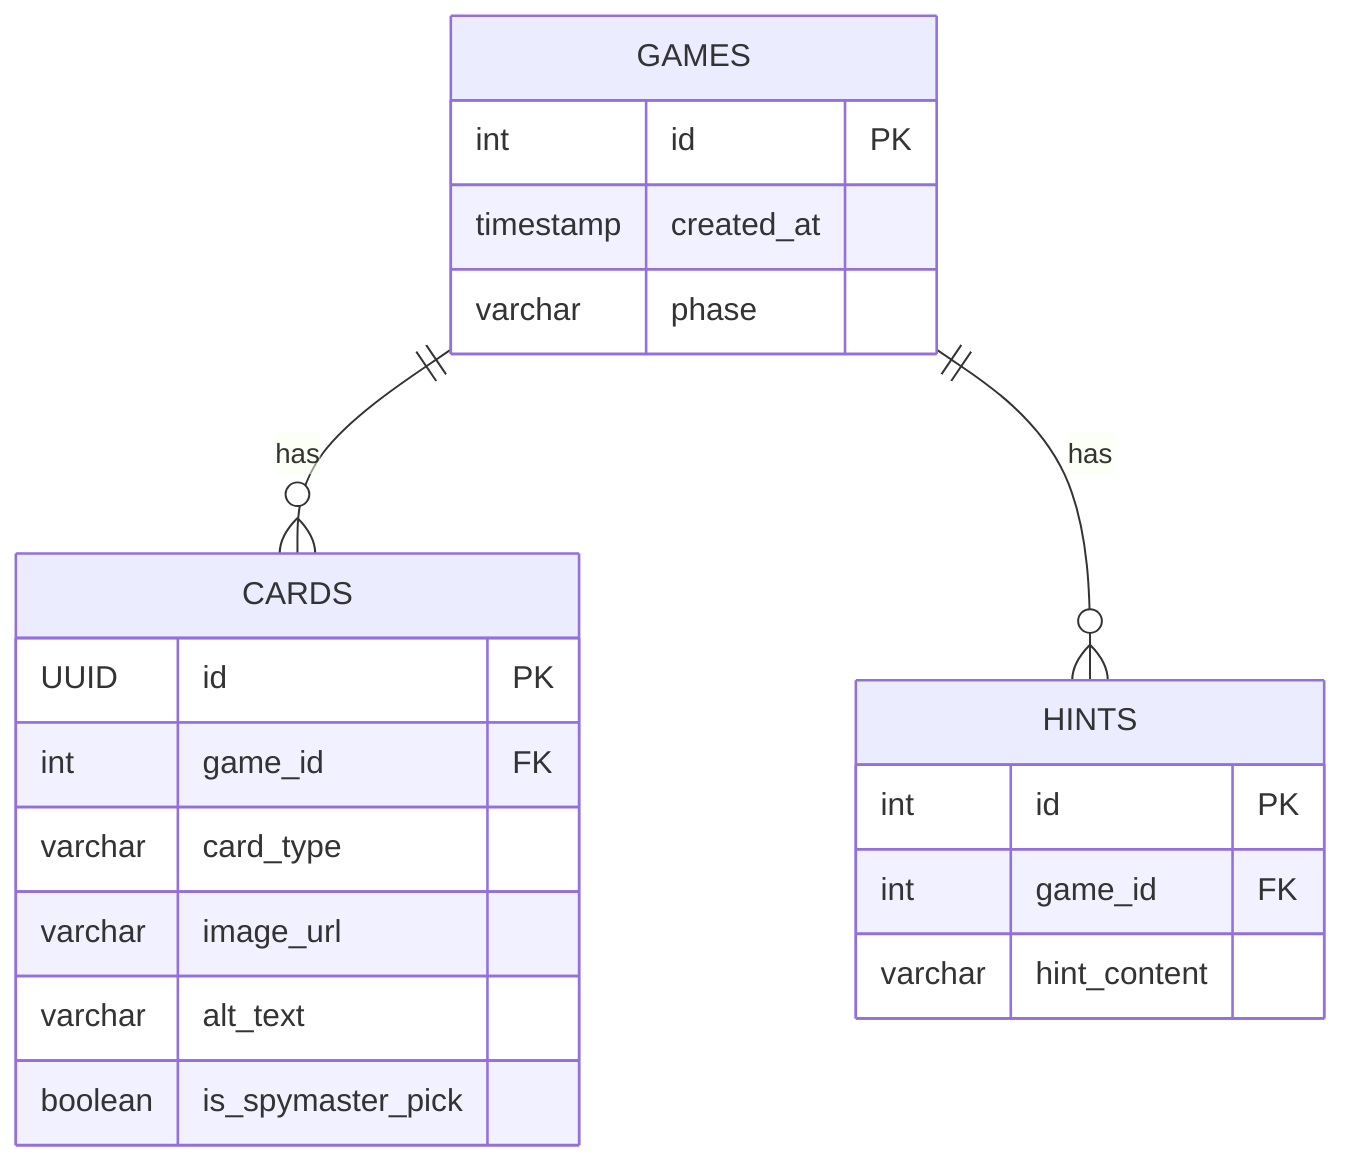
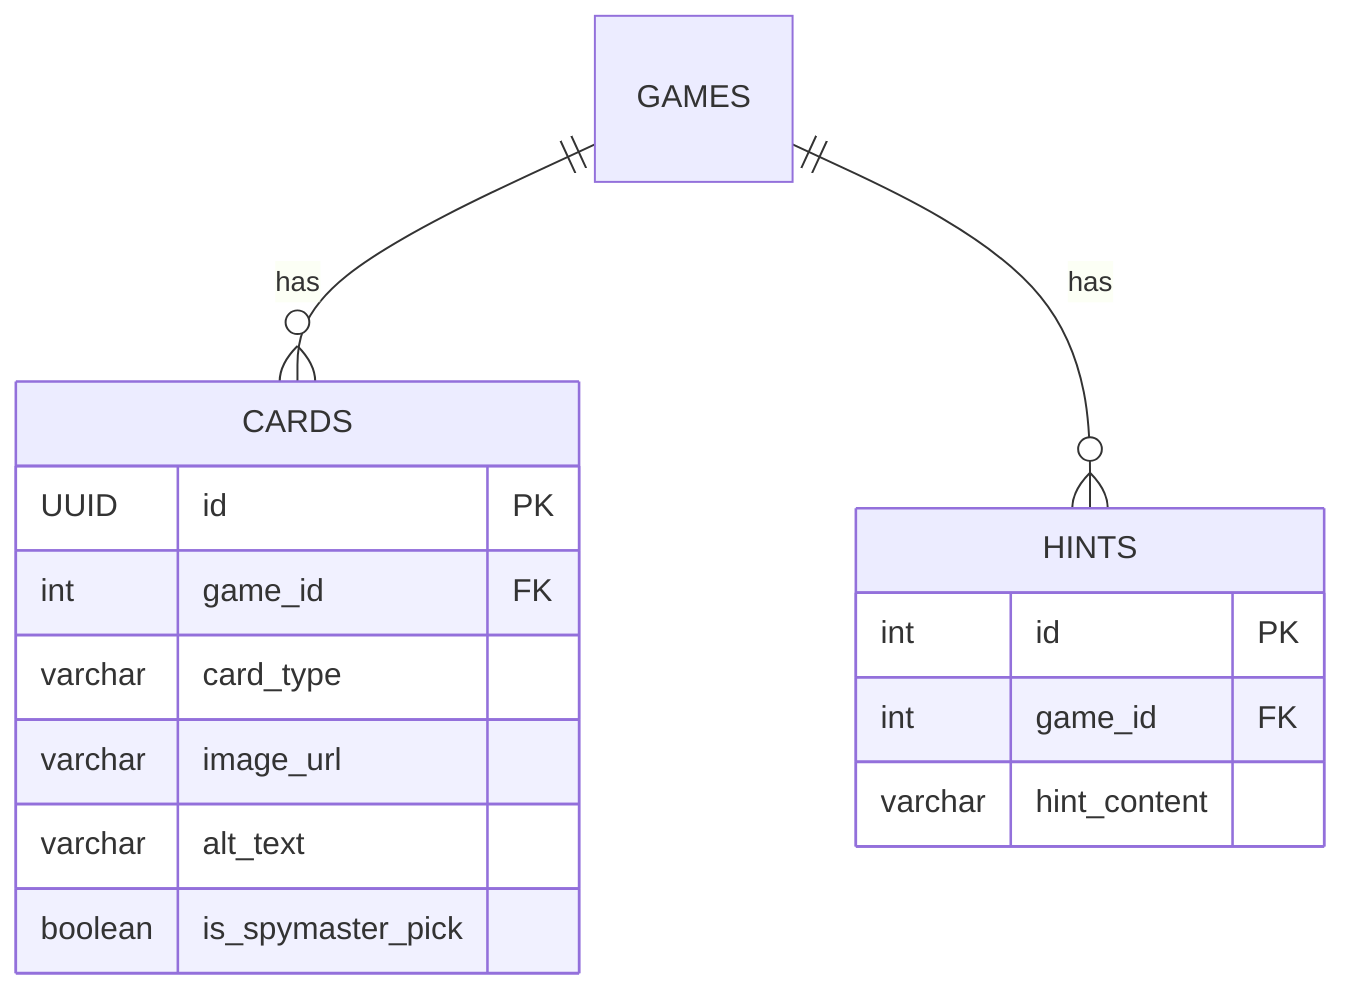
erDiagram
  GAMES ||--o{ CARDS : has
  GAMES ||--o{ HINTS : has
- 
-   GAMES {
-     int id PK
-     timestamp created_at
-     varchar phase
-   }

  CARDS {
    UUID id PK
    int game_id FK
    varchar card_type
    varchar image_url
    varchar alt_text
    boolean is_spymaster_pick
  }

  HINTS {
    int id PK
    int game_id FK
    varchar hint_content
  }